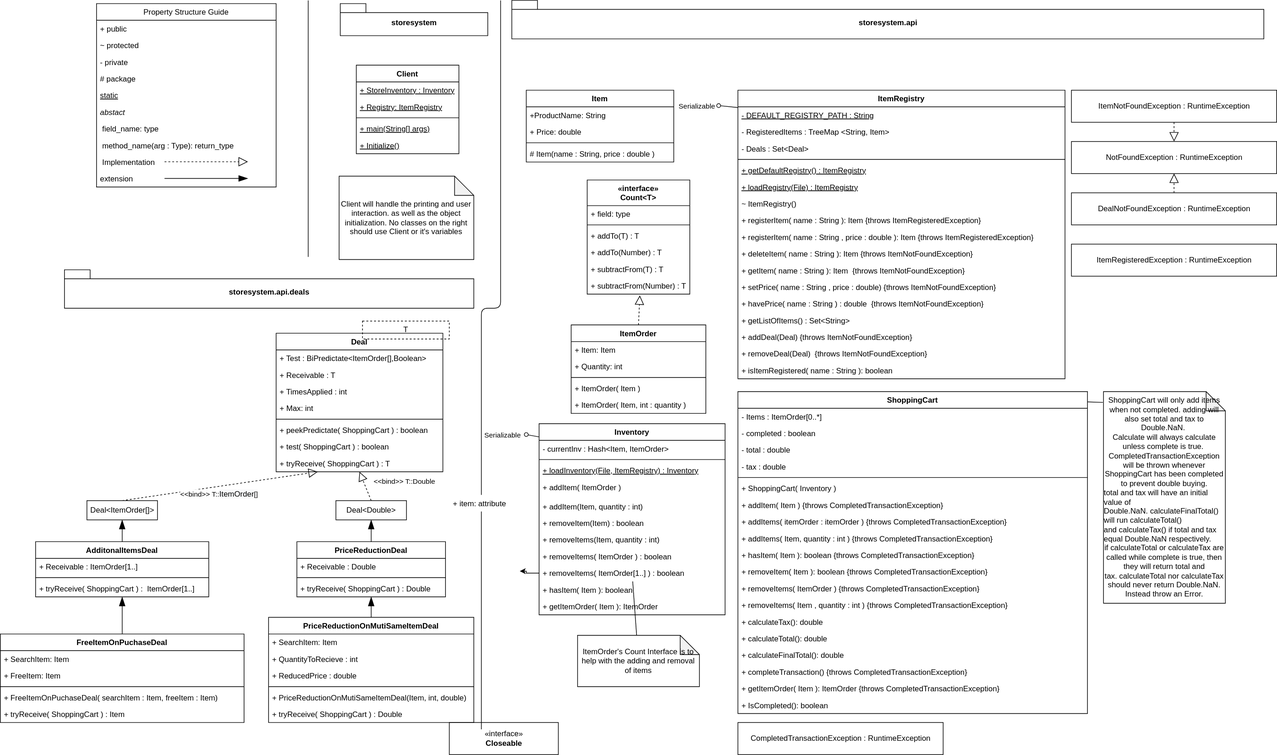
Earlier version of the draw.io export Diagram.svg (merlin2v/StoreSystem). Source tidied: cells renumbered, new cells last; positions are measured from the earlier drawing's top-left corner, leaving out a move shared by most shapes.
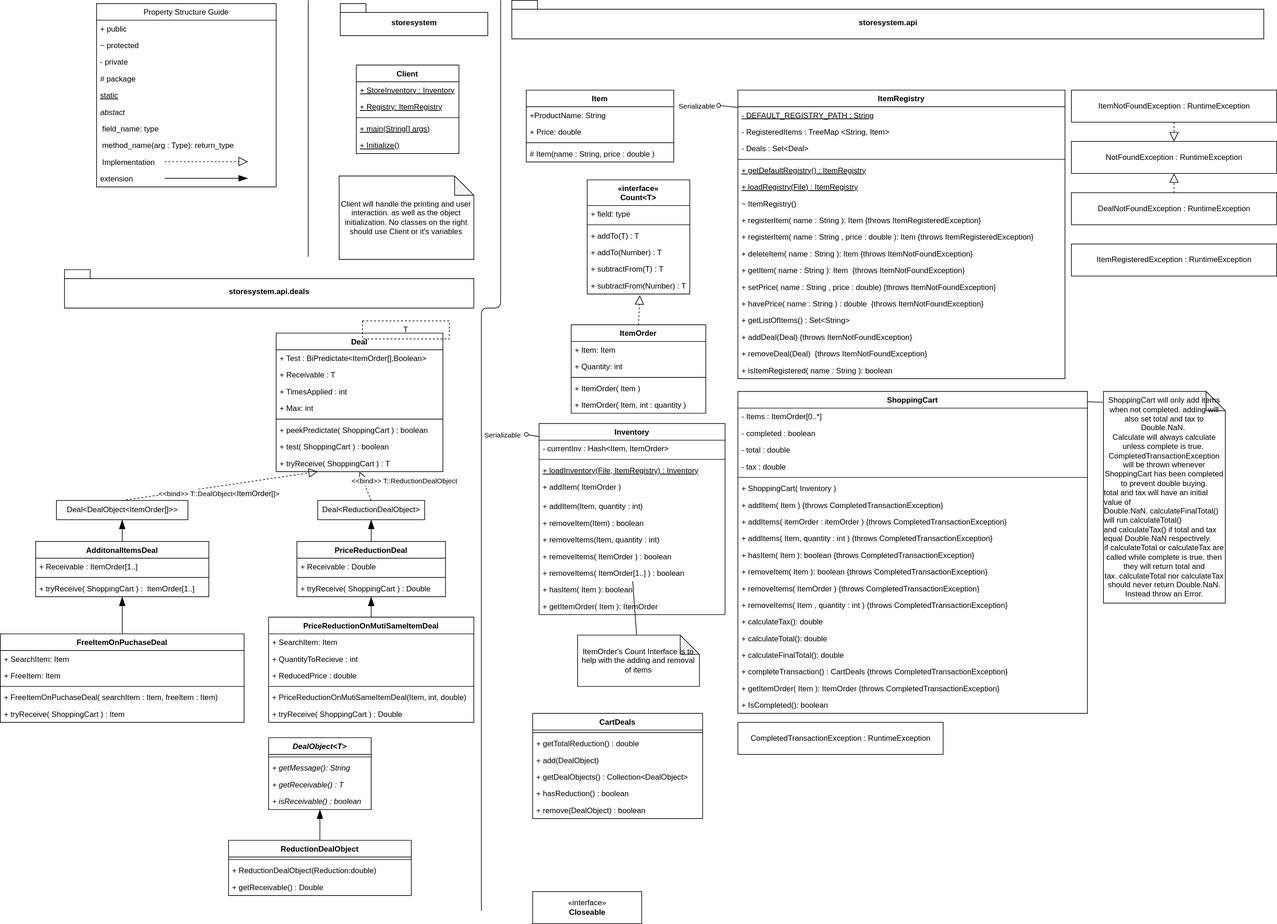
The same file after the commit.

Diff of the diagram source:
```diff
@@ -86,7 +86,7 @@
     <mxCell id="29" value="+ calculateFinalTotal(): double" style="text;strokeColor=none;fillColor=none;align=left;verticalAlign=top;spacingLeft=4;spacingRight=4;overflow=hidden;startSize=26;" parent="13" vertex="1">
       <mxGeometry y="398" width="545" height="26" as="geometry" />
     </mxCell>
-    <mxCell id="30" value="+ completeTransaction() {throws CompletedTransactionException}" style="text;strokeColor=none;fillColor=none;align=left;verticalAlign=top;spacingLeft=4;spacingRight=4;overflow=hidden;startSize=26;" parent="13" vertex="1">
+    <mxCell id="30" value="+ completeTransaction() : CartDeals {throws CompletedTransactionException}" style="text;strokeColor=none;fillColor=none;align=left;verticalAlign=top;spacingLeft=4;spacingRight=4;overflow=hidden;startSize=26;" parent="13" vertex="1">
       <mxGeometry y="424" width="545" height="26" as="geometry" />
     </mxCell>
     <mxCell id="31" value="+ getItemOrder( Item ): ItemOrder {throws CompletedTransactionException}" style="text;strokeColor=none;fillColor=none;align=left;verticalAlign=top;spacingLeft=4;spacingRight=4;overflow=hidden;startSize=26;" parent="13" vertex="1">
@@ -150,7 +150,7 @@
       <mxGeometry y="424" width="510" height="26" as="geometry" />
     </mxCell>
     <mxCell id="51" value="«interface»&lt;br&gt;&lt;b&gt;Closeable&lt;/b&gt;" style="html=1;startSize=26;fillColor=none;" parent="1" vertex="1">
-      <mxGeometry x="700" y="1126" width="170" height="50" as="geometry" />
+      <mxGeometry x="830" y="1390" width="170" height="50" as="geometry" />
     </mxCell>
     <mxCell id="52" value="«interface»&#10;Count&lt;T&gt;" style="swimlane;fontStyle=1;align=center;verticalAlign=middle;horizontal=1;startSize=40;fillColor=none;" parent="1" vertex="1">
       <mxGeometry x="915" y="280" width="160" height="178" as="geometry" />
@@ -274,8 +274,9 @@
         <mxPoint x="-42" as="offset" />
       </mxGeometry>
     </mxCell>
-    <mxCell id="90" style="endArrow=none;html=1;fontFamily=Helvetica;" parent="1" edge="1" source="153">
+    <mxCell id="90" style="endArrow=none;html=1;fontFamily=Helvetica;" parent="1" edge="1">
       <mxGeometry relative="1" as="geometry">
+        <mxPoint x="750" y="1420" as="sourcePoint" />
         <mxPoint x="780" as="targetPoint" />
         <Array as="points">
           <mxPoint x="750" y="480" />
@@ -403,11 +404,11 @@
     <mxCell id="128" value="T" style="html=1;startSize=26;strokeColor=#000000;fillColor=none;dashed=1;" parent="118" vertex="1">
       <mxGeometry x="94.7" width="135.3" height="28" as="geometry" />
     </mxCell>
-    <mxCell id="129" value="&amp;lt;&amp;lt;bind&amp;gt;&amp;gt; T::Double" style="endArrow=block;dashed=1;endFill=0;endSize=12;html=1;fontFamily=Helvetica;entryX=0.5;entryY=1;entryDx=0;entryDy=0;exitX=0.5;exitY=0;exitDx=0;exitDy=0;" parent="1" edge="1" source="130" target="119">
+    <mxCell id="129" value="&amp;lt;&amp;lt;bind&amp;gt;&amp;gt; T::ReductionDealObject" style="endArrow=block;dashed=1;endFill=0;endSize=12;html=1;fontFamily=Helvetica;entryX=0.5;entryY=1;entryDx=0;entryDy=0;exitX=0.5;exitY=0;exitDx=0;exitDy=0;" parent="1" edge="1" source="130" target="119">
       <mxGeometry x="-0.66" y="-59" relative="1" as="geometry" />
     </mxCell>
-    <mxCell id="130" value="Deal&amp;lt;Double&amp;gt;" style="html=1;" parent="1" vertex="1">
-      <mxGeometry x="523.2" y="780" width="110" height="30" as="geometry" />
+    <mxCell id="130" value="Deal&amp;lt;ReductionDealObject&amp;gt;" style="html=1;" parent="1" vertex="1">
+      <mxGeometry x="494.9" y="780" width="166.8" height="30" as="geometry" />
     </mxCell>
     <mxCell id="131" value="PriceReductionDeal" style="swimlane;fontStyle=1;align=center;verticalAlign=top;horizontal=1;startSize=26;strokeColor=#000000;fillColor=none;" parent="1" vertex="1">
       <mxGeometry x="462.4" y="844" width="231.8" height="86" as="geometry" />
@@ -424,7 +425,7 @@
     <mxCell id="135" style="endArrow=blockThin;endFill=1;endSize=12;html=1;fontFamily=Helvetica;exitX=0.5;exitY=0;exitDx=0;exitDy=0;entryX=0.5;entryY=1;entryDx=0;entryDy=0;" parent="1" edge="1" source="110" target="131">
       <mxGeometry relative="1" as="geometry" />
     </mxCell>
-    <mxCell id="136" value="&amp;lt;&amp;lt;bind&amp;gt;&amp;gt; T::&lt;span style=&quot;font-size: 12px ; text-align: left ; background-color: rgb(248 , 249 , 250)&quot;&gt;ItemOrder&lt;/span&gt;[]" style="endArrow=block;dashed=1;endFill=0;endSize=12;html=1;fontFamily=Helvetica;exitX=0.5;exitY=0;exitDx=0;exitDy=0;entryX=0.25;entryY=1;entryDx=0;entryDy=0;" parent="1" edge="1" source="139" target="119">
+    <mxCell id="136" value="&amp;lt;&amp;lt;bind&amp;gt;&amp;gt; T::DealObject&amp;lt;&lt;span style=&quot;font-size: 12px ; text-align: left ; background-color: rgb(248 , 249 , 250)&quot;&gt;ItemOrder&lt;/span&gt;[]&amp;gt;" style="endArrow=block;dashed=1;endFill=0;endSize=12;html=1;fontFamily=Helvetica;exitX=0.5;exitY=0;exitDx=0;exitDy=0;entryX=0.25;entryY=1;entryDx=0;entryDy=0;" parent="1" edge="1" source="139" target="119">
       <mxGeometry x="-0.02" y="-12" relative="1" as="geometry" />
     </mxCell>
     <mxCell id="137" style="endArrow=none;html=1;fontFamily=Helvetica;" parent="1" edge="1">
@@ -436,8 +437,8 @@
     <mxCell id="138" style="endArrow=blockThin;endFill=1;endSize=12;html=1;fontFamily=Helvetica;exitX=0.5;exitY=0;exitDx=0;exitDy=0;entryX=0.5;entryY=1;entryDx=0;entryDy=0;" parent="1" edge="1" source="140" target="139">
       <mxGeometry relative="1" as="geometry" />
     </mxCell>
-    <mxCell id="139" value="Deal&amp;lt;&lt;span style=&quot;text-align: left&quot;&gt;ItemOrder&lt;/span&gt;[]&amp;gt;" style="html=1;" parent="1" vertex="1">
-      <mxGeometry x="135" y="780" width="110" height="30" as="geometry" />
+    <mxCell id="139" value="Deal&amp;lt;DealObject&amp;lt;&lt;span style=&quot;text-align: left&quot;&gt;ItemOrder&lt;/span&gt;[]&amp;gt;&amp;gt;" style="html=1;" parent="1" vertex="1">
+      <mxGeometry x="87.5" y="780" width="205" height="30" as="geometry" />
     </mxCell>
     <mxCell id="140" value="AdditonalItemsDeal" style="swimlane;fontStyle=1;align=center;verticalAlign=top;horizontal=1;startSize=26;strokeColor=#000000;fillColor=none;" parent="1" vertex="1">
       <mxGeometry x="55" y="844" width="270" height="86" as="geometry" />
@@ -475,18 +476,56 @@
     <mxCell id="151" value="storesystem.api.deals" style="shape=folder;fontStyle=1;spacingTop=10;tabWidth=40;tabHeight=14;tabPosition=left;html=1;startSize=26;strokeColor=#000000;fillColor=none;" parent="1" vertex="1">
       <mxGeometry x="100" y="420" width="638.2" height="60" as="geometry" />
     </mxCell>
-    <mxCell id="152" style="edgeStyle=orthogonalEdgeStyle;rounded=0;jettySize=auto;html=1;" parent="1" edge="1" source="74">
-      <mxGeometry relative="1" as="geometry">
-        <mxPoint x="810" y="890" as="targetPoint" />
-      </mxGeometry>
-    </mxCell>
-    <mxCell id="153" value="+ item: attribute" style="text;strokeColor=none;fillColor=none;align=left;verticalAlign=top;spacingLeft=4;spacingRight=4;overflow=hidden;points=[[0,0.5],[1,0.5]];portConstraint=eastwest;" parent="1" vertex="1">
-      <mxGeometry x="700" y="771" width="100" height="26" as="geometry" />
-    </mxCell>
-    <mxCell id="154" style="endArrow=none;html=1;fontFamily=Helvetica;" parent="1" edge="1" target="153">
-      <mxGeometry relative="1" as="geometry">
-        <mxPoint x="750" y="1136.7" as="sourcePoint" />
-      </mxGeometry>
-    </mxCell>
+    <mxCell id="155" value="CartDeals" style="swimlane;fontStyle=1;align=center;verticalAlign=top;horizontal=1;startSize=26;" parent="1" vertex="1">
+      <mxGeometry x="830" y="1112" width="265" height="164" as="geometry" />
+    </mxCell>
+    <mxCell id="156" style="line;strokeWidth=1;fillColor=none;align=left;verticalAlign=middle;spacingTop=-1;spacingLeft=3;spacingRight=3;labelPosition=right;" parent="155" vertex="1">
+      <mxGeometry y="26" width="265" height="8" as="geometry" />
+    </mxCell>
+    <mxCell id="157" value="+ getTotalReduction() : double" style="text;strokeColor=none;fillColor=none;align=left;verticalAlign=top;spacingLeft=4;spacingRight=4;overflow=hidden;" parent="155" vertex="1">
+      <mxGeometry y="34" width="265" height="26" as="geometry" />
+    </mxCell>
+    <mxCell id="158" value="+ add(DealObject)" style="text;strokeColor=none;fillColor=none;align=left;verticalAlign=top;spacingLeft=4;spacingRight=4;overflow=hidden;" parent="155" vertex="1">
+      <mxGeometry y="60" width="265" height="26" as="geometry" />
+    </mxCell>
+    <mxCell id="159" value="+ getDealObjects() : Collection&lt;DealObject&gt;" style="text;strokeColor=none;fillColor=none;align=left;verticalAlign=top;spacingLeft=4;spacingRight=4;overflow=hidden;" parent="155" vertex="1">
+      <mxGeometry y="86" width="265" height="26" as="geometry" />
+    </mxCell>
+    <mxCell id="160" value="+ hasReduction() : boolean" style="text;strokeColor=none;fillColor=none;align=left;verticalAlign=top;spacingLeft=4;spacingRight=4;overflow=hidden;" parent="155" vertex="1">
+      <mxGeometry y="112" width="265" height="26" as="geometry" />
+    </mxCell>
+    <mxCell id="161" value="+ remove(DealObject) : boolean" style="text;strokeColor=none;fillColor=none;align=left;verticalAlign=top;spacingLeft=4;spacingRight=4;overflow=hidden;" parent="155" vertex="1">
+      <mxGeometry y="138" width="265" height="26" as="geometry" />
+    </mxCell>
+    <mxCell id="162" value="DealObject&lt;T&gt;" style="swimlane;fontStyle=3;align=center;verticalAlign=top;horizontal=1;startSize=26;" parent="1" vertex="1">
+      <mxGeometry x="418.2" y="1150" width="160" height="112" as="geometry" />
+    </mxCell>
+    <mxCell id="163" style="line;strokeWidth=1;fillColor=none;align=left;verticalAlign=middle;spacingTop=-1;spacingLeft=3;spacingRight=3;labelPosition=right;" parent="162" vertex="1">
+      <mxGeometry y="26" width="160" height="8" as="geometry" />
+    </mxCell>
+    <mxCell id="164" value="+ getMessage(): String" style="text;strokeColor=none;fillColor=none;align=left;verticalAlign=top;spacingLeft=4;spacingRight=4;overflow=hidden;fontStyle=2;" parent="162" vertex="1">
+      <mxGeometry y="34" width="160" height="26" as="geometry" />
+    </mxCell>
+    <mxCell id="165" value="+ getReceivable() : T" style="text;strokeColor=none;fillColor=none;align=left;verticalAlign=top;spacingLeft=4;spacingRight=4;overflow=hidden;fontStyle=2;" parent="162" vertex="1">
+      <mxGeometry y="60" width="160" height="26" as="geometry" />
+    </mxCell>
+    <mxCell id="166" value="+ isReceivable() : boolean" style="text;strokeColor=none;fillColor=none;align=left;verticalAlign=top;spacingLeft=4;spacingRight=4;overflow=hidden;fontStyle=2;" parent="162" vertex="1">
+      <mxGeometry y="86" width="160" height="26" as="geometry" />
+    </mxCell>
+    <mxCell id="167" value="ReductionDealObject" style="swimlane;fontStyle=1;align=center;verticalAlign=top;horizontal=1;startSize=26;" parent="1" vertex="1">
+      <mxGeometry x="355.7" y="1310" width="285" height="86" as="geometry" />
+    </mxCell>
+    <mxCell id="168" style="line;strokeWidth=1;fillColor=none;align=left;verticalAlign=middle;spacingTop=-1;spacingLeft=3;spacingRight=3;labelPosition=right;" parent="167" vertex="1">
+      <mxGeometry y="26" width="285" height="8" as="geometry" />
+    </mxCell>
+    <mxCell id="169" value="+ ReductionDealObject(Reduction:double)" style="text;strokeColor=none;fillColor=none;align=left;verticalAlign=top;spacingLeft=4;spacingRight=4;overflow=hidden;" parent="167" vertex="1">
+      <mxGeometry y="34" width="285" height="26" as="geometry" />
+    </mxCell>
+    <mxCell id="170" value="+ getReceivable() : Double" style="text;strokeColor=none;fillColor=none;align=left;verticalAlign=top;spacingLeft=4;spacingRight=4;overflow=hidden;" parent="167" vertex="1">
+      <mxGeometry y="60" width="285" height="26" as="geometry" />
+    </mxCell>
+    <mxCell id="171" style="endArrow=blockThin;endFill=1;endSize=12;html=1;fontFamily=Helvetica;exitX=0.5;exitY=0;exitDx=0;exitDy=0;entryX=0.5;entryY=1;entryDx=0;entryDy=0;" parent="1" edge="1" source="167" target="162">
+      <mxGeometry relative="1" as="geometry" />
+    </mxCell>
   </root>
 </mxGraphModel>
```
